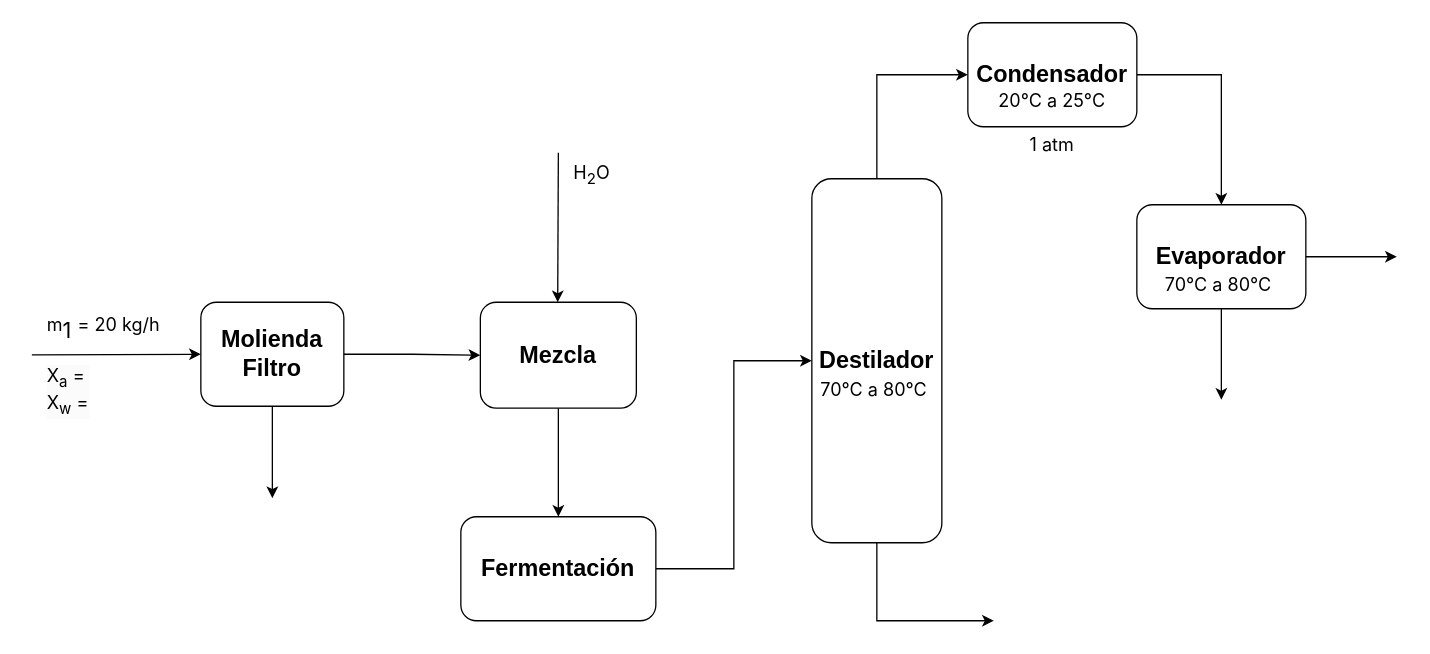
This is Bio-Etanol.drawio from EDUJOS/bio-etanol, a draw.io file, before an edit. Source tidied: cells renumbered, new cells numbered last; positions are measured from the earlier drawing's top-left corner, leaving out a move shared by most shapes. Both pictures are drawn from the tidied source at 130%, with x=0, y=0 at pixel (31, 22).
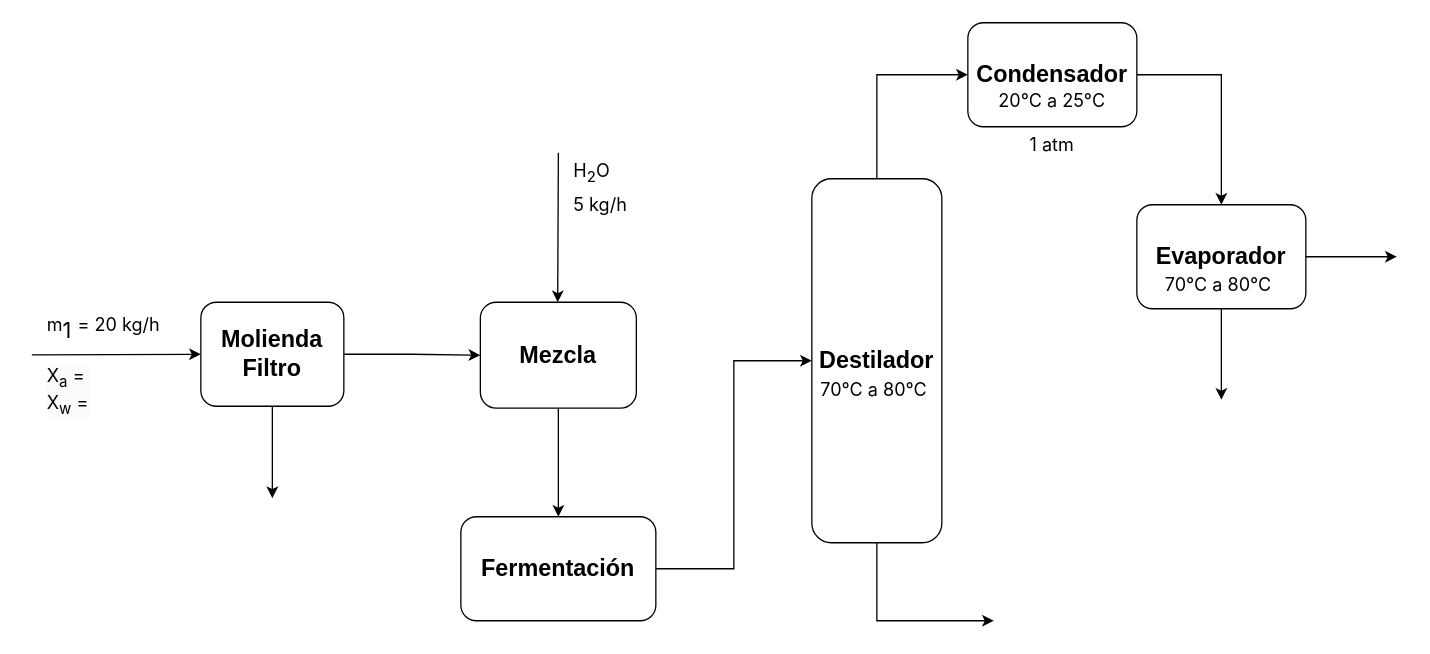
The same diagram, later.

Change to the diagram source:
```diff
@@
-    <mxCell id="9" value="&lt;div style=&quot;&quot;&gt;&lt;font face=&quot;Inter&quot;&gt;&lt;span style=&quot;font-size: 13.8889px;&quot;&gt;H&lt;sub&gt;2&lt;/sub&gt;O&lt;/span&gt;&lt;/font&gt;&lt;/div&gt;" style="text;html=1;strokeColor=none;fillColor=none;align=left;verticalAlign=middle;whiteSpace=wrap;rounded=1;fontSize=20;fontFamily=Architects Daughter;" parent="1" vertex="1">
-      <mxGeometry x="415" y="90" width="120" height="50" as="geometry" />
+    <mxCell id="9" value="&lt;div style=&quot;&quot;&gt;&lt;font face=&quot;Inter&quot;&gt;&lt;span style=&quot;font-size: 13.8889px;&quot;&gt;H&lt;sub&gt;2&lt;/sub&gt;O&lt;/span&gt;&lt;/font&gt;&lt;/div&gt;&lt;div style=&quot;&quot;&gt;&lt;font face=&quot;Inter&quot;&gt;&lt;span style=&quot;font-size: 13.8889px;&quot;&gt;5 kg/h&lt;/span&gt;&lt;/font&gt;&lt;/div&gt;" style="text;html=1;strokeColor=none;fillColor=none;align=left;verticalAlign=middle;whiteSpace=wrap;rounded=1;fontSize=20;fontFamily=Architects Daughter;" parent="1" vertex="1">
+      <mxGeometry x="415" y="100" width="120" height="50" as="geometry" />
     </mxCell>
```
